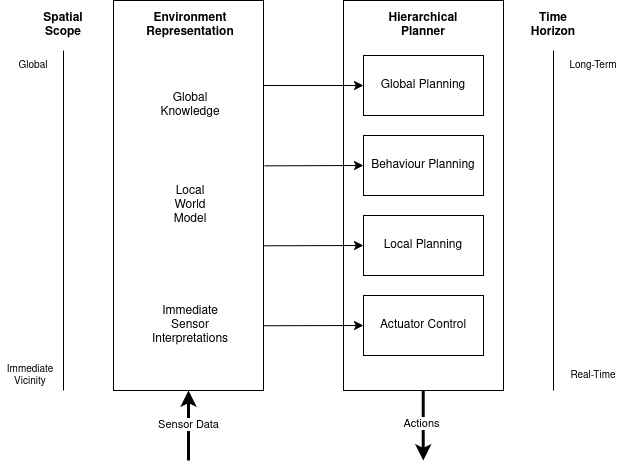
Earlier version of the draw.io export Thesis/images/Deliberative_hierarchical_planning.png (mounteverset/behavior_planning). Source tidied: cells renumbered, new cells last; positions are measured from the earlier drawing's top-left corner, leaving out a move shared by most shapes.
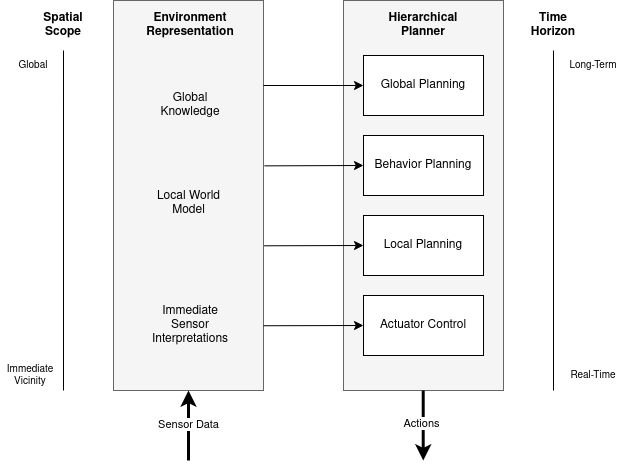
The same diagram one commit later.

Diff of the diagram source:
```diff
@@ -2,10 +2,10 @@
   <root>
     <mxCell id="0" />
     <mxCell id="1" parent="0" />
-    <mxCell id="2" style="rounded=0;whiteSpace=wrap;html=1;" parent="1" vertex="1">
+    <mxCell id="2" style="rounded=0;whiteSpace=wrap;html=1;fillColor=#f5f5f5;fontColor=#333333;strokeColor=#666666;" parent="1" vertex="1">
       <mxGeometry x="343" width="160" height="390" as="geometry" />
     </mxCell>
-    <mxCell id="3" style="rounded=0;whiteSpace=wrap;html=1;" parent="1" vertex="1">
+    <mxCell id="3" style="rounded=0;whiteSpace=wrap;html=1;fillColor=#f5f5f5;fontColor=#333333;strokeColor=#666666;" parent="1" vertex="1">
       <mxGeometry x="113" width="150" height="390" as="geometry" />
     </mxCell>
     <mxCell id="4" value="Global Planning" style="rounded=0;whiteSpace=wrap;html=1;" parent="1" vertex="1">
@@ -18,7 +18,7 @@
       <mxGeometry x="160" y="90" width="60" height="30" as="geometry" />
     </mxCell>
     <mxCell id="7" value="Local World Model" style="text;html=1;strokeColor=none;fillColor=none;align=center;verticalAlign=middle;whiteSpace=wrap;rounded=0;" parent="1" vertex="1">
-      <mxGeometry x="160" y="190" width="60" height="30" as="geometry" />
+      <mxGeometry x="143.5" y="188" width="89" height="30" as="geometry" />
     </mxCell>
     <mxCell id="8" value="Immediate Sensor Interpretations" style="text;html=1;strokeColor=none;fillColor=none;align=center;verticalAlign=middle;whiteSpace=wrap;rounded=0;" parent="1" vertex="1">
       <mxGeometry x="150" y="310" width="80" height="30" as="geometry" />
@@ -26,7 +26,7 @@
     <mxCell id="9" value="Local Planning" style="rounded=0;whiteSpace=wrap;html=1;" parent="1" vertex="1">
       <mxGeometry x="363" y="215" width="120" height="60" as="geometry" />
     </mxCell>
-    <mxCell id="10" value="Behaviour Planning" style="rounded=0;whiteSpace=wrap;html=1;" parent="1" vertex="1">
+    <mxCell id="10" value="Behavior Planning" style="rounded=0;whiteSpace=wrap;html=1;" parent="1" vertex="1">
       <mxGeometry x="363" y="135" width="120" height="60" as="geometry" />
     </mxCell>
     <mxCell id="11" style="endArrow=classic;html=1;rounded=0;entryX=0.5;entryY=1;entryDx=0;entryDy=0;endSize=7;startSize=8;strokeWidth=3;" parent="1" edge="1" target="3">
```
